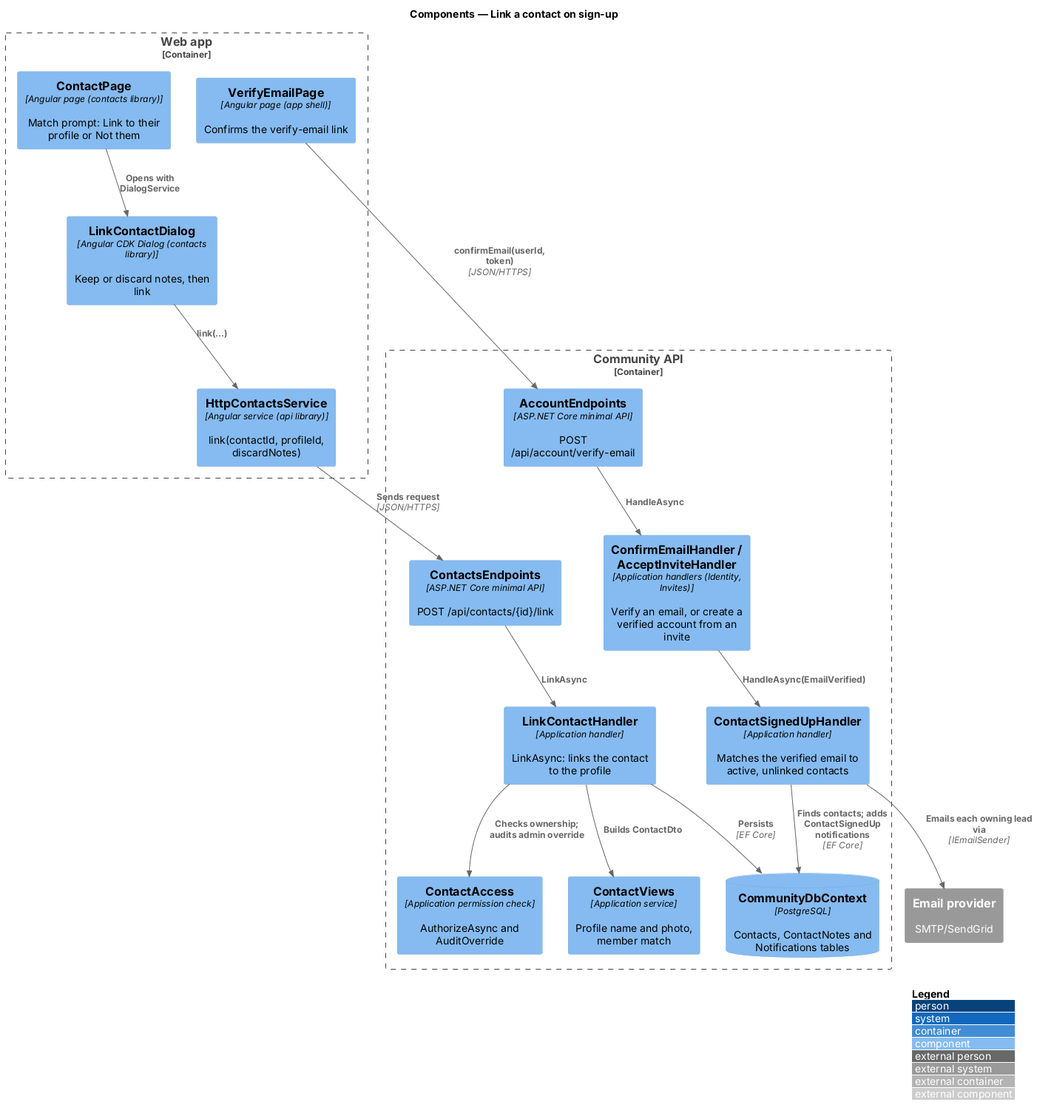
Above: docs/detailed-designs/contacts/link-contact-on-sign-up/diagrams/c4-component.png in QuinntyneBrown/faithtech-community (PlantUML), before the change. The source it was exported from:
```plantuml
@startuml
!include <C4/C4_Component>
LAYOUT_WITH_LEGEND()
title Components — Link a contact on sign-up
Container_Boundary(web, "Web app") {
  Component(verify, "VerifyEmailPage", "Angular page (app shell)", "Confirms the verify-email link")
  Component(page, "ContactPage", "Angular page (contacts library)", "Match prompt: Link to their profile or Not them")
  Component(dlg, "LinkContactDialog", "Angular CDK Dialog (contacts library)", "Keep or discard notes, then link")
  Component(svc, "HttpContactsService", "Angular service (api library)", "link(contactId, profileId, discardNotes)")
}
Container_Boundary(api, "Community API") {
  Component(acct, "AccountEndpoints", "ASP.NET Core minimal API", "POST /api/account/verify-email")
  Component(confirm, "ConfirmEmailHandler / AcceptInviteHandler", "Application handlers (Identity, Invites)", "Verify an email, or create a verified account from an invite")
  Component(evt, "ContactSignedUpHandler", "Application handler", "Matches the verified email to active, unlinked contacts")
  Component(ep, "ContactsEndpoints", "ASP.NET Core minimal API", "POST /api/contacts/{id}/link")
  Component(h, "LinkContactHandler", "Application handler", "LinkAsync: links the contact to the profile")
  Component(acc, "ContactAccess", "Application permission check", "AuthorizeAsync and AuditOverride")
  Component(views, "ContactViews", "Application service", "Profile name and photo, member match")
  ComponentDb(db, "CommunityDbContext", "PostgreSQL", "Contacts, ContactNotes and Notifications tables")
}
System_Ext(email, "Email provider", "SMTP/SendGrid")
Rel(verify, acct, "confirmEmail(userId, token)", "JSON/HTTPS")
Rel(acct, confirm, "HandleAsync")
Rel(confirm, evt, "HandleAsync(EmailVerified)")
Rel(evt, db, "Finds contacts; adds ContactSignedUp notifications", "EF Core")
Rel(evt, email, "Emails each owning lead via", "IEmailSender")
Rel(page, dlg, "Opens with DialogService")
Rel(dlg, svc, "link(...)")
Rel(svc, ep, "Sends request", "JSON/HTTPS")
Rel(ep, h, "LinkAsync")
Rel(h, acc, "Checks ownership; audits admin override")
Rel(h, views, "Builds ContactDto")
Rel(h, db, "Persists", "EF Core")
@enduml
```
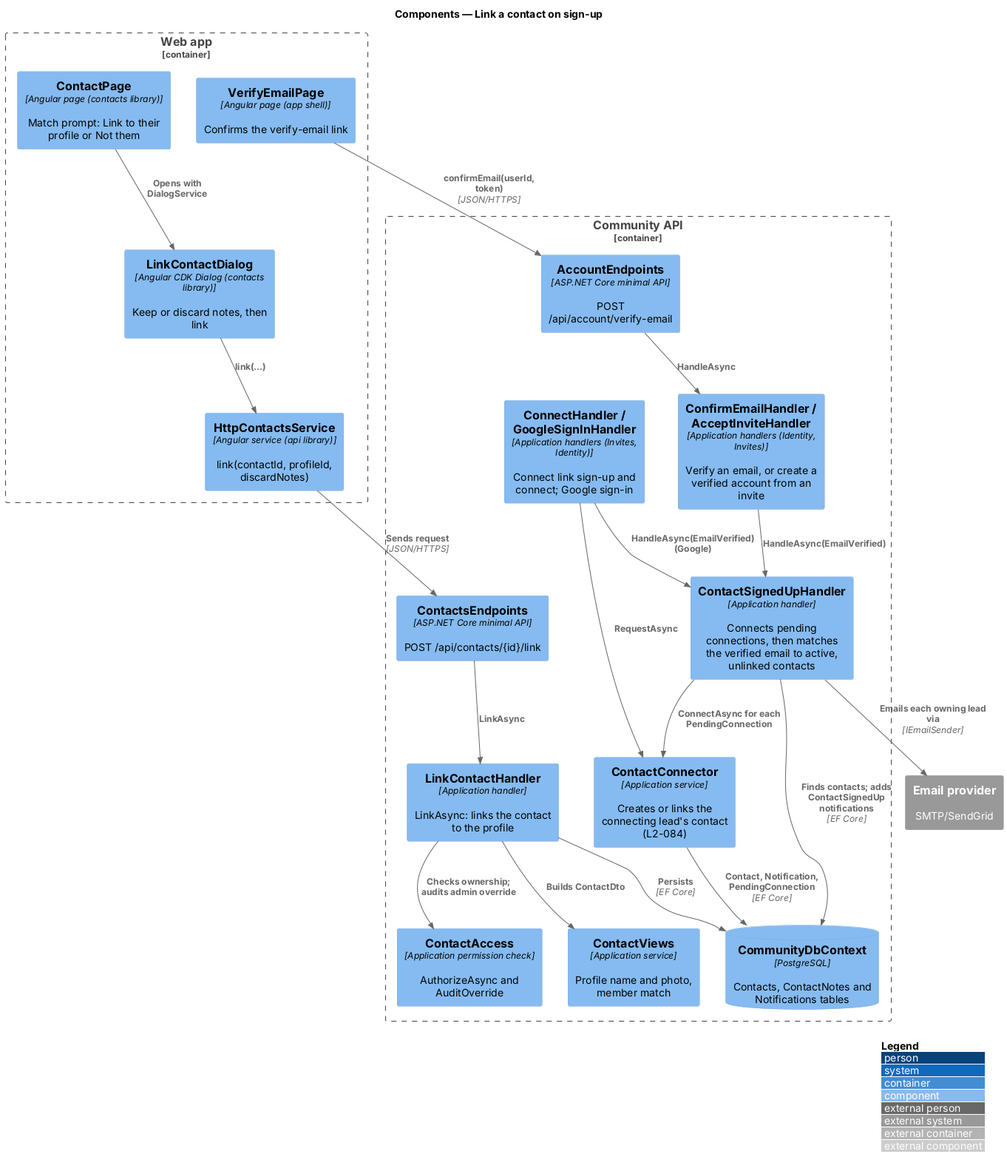
Above is the later version.

Diff of the diagram source:
```diff
@@ -11,7 +11,9 @@
 Container_Boundary(api, "Community API") {
   Component(acct, "AccountEndpoints", "ASP.NET Core minimal API", "POST /api/account/verify-email")
   Component(confirm, "ConfirmEmailHandler / AcceptInviteHandler", "Application handlers (Identity, Invites)", "Verify an email, or create a verified account from an invite")
-  Component(evt, "ContactSignedUpHandler", "Application handler", "Matches the verified email to active, unlinked contacts")
+  Component(evt, "ContactSignedUpHandler", "Application handler", "Connects pending connections, then matches the verified email to active, unlinked contacts")
+  Component(conn, "ContactConnector", "Application service", "Creates or links the connecting lead's contact (L2-084)")
+  Component(connect, "ConnectHandler / GoogleSignInHandler", "Application handlers (Invites, Identity)", "Connect link sign-up and connect; Google sign-in")
   Component(ep, "ContactsEndpoints", "ASP.NET Core minimal API", "POST /api/contacts/{id}/link")
   Component(h, "LinkContactHandler", "Application handler", "LinkAsync: links the contact to the profile")
   Component(acc, "ContactAccess", "Application permission check", "AuthorizeAsync and AuditOverride")
@@ -22,6 +24,10 @@
 Rel(verify, acct, "confirmEmail(userId, token)", "JSON/HTTPS")
 Rel(acct, confirm, "HandleAsync")
 Rel(confirm, evt, "HandleAsync(EmailVerified)")
+Rel(evt, conn, "ConnectAsync for each PendingConnection")
+Rel(connect, conn, "RequestAsync")
+Rel(connect, evt, "HandleAsync(EmailVerified) (Google)")
+Rel(conn, db, "Contact, Notification, PendingConnection", "EF Core")
 Rel(evt, db, "Finds contacts; adds ContactSignedUp notifications", "EF Core")
 Rel(evt, email, "Emails each owning lead via", "IEmailSender")
 Rel(page, dlg, "Opens with DialogService")
```
